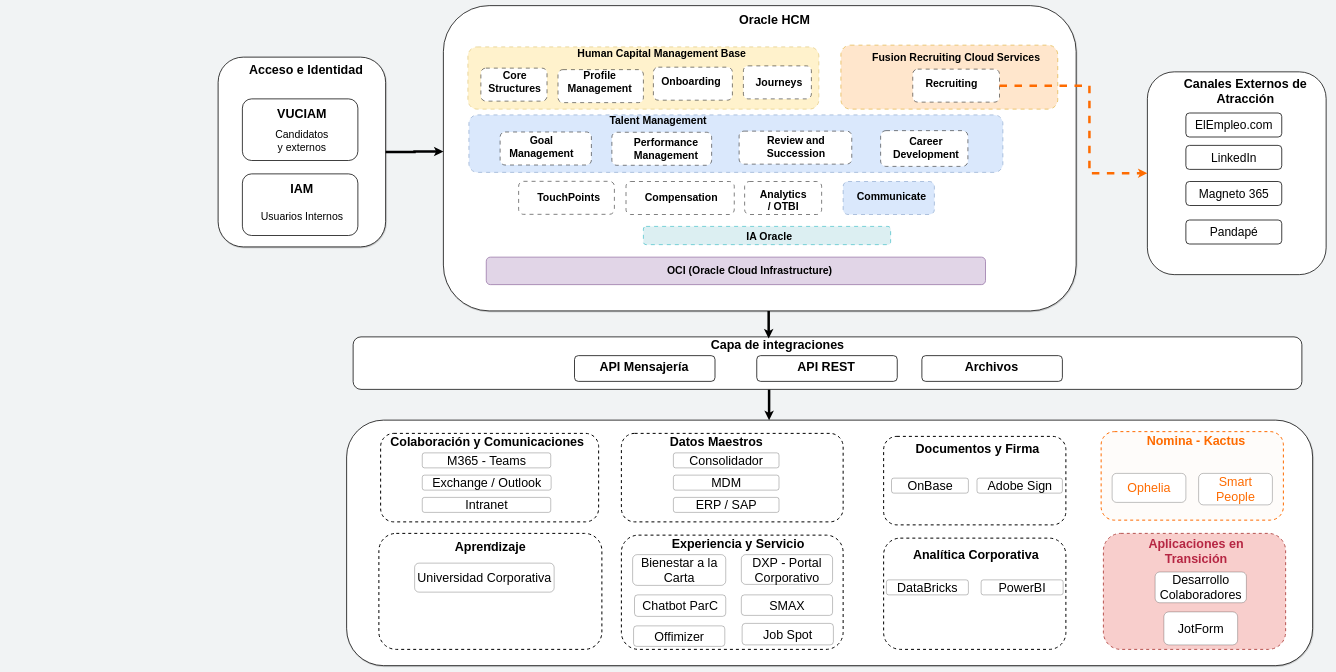
Earlier version of the draw.io diagram page "Page-2" (2 of 2) of HCM.drawio (carlosvalderrama1204/diagrams). Source tidied: cells renumbered, new cells numbered last; positions are measured from the earlier drawing's top-left corner, leaving out a move shared by most shapes. Both pictures are drawn from the tidied source at 25%, with x=0, y=0 at pixel (218, 6).
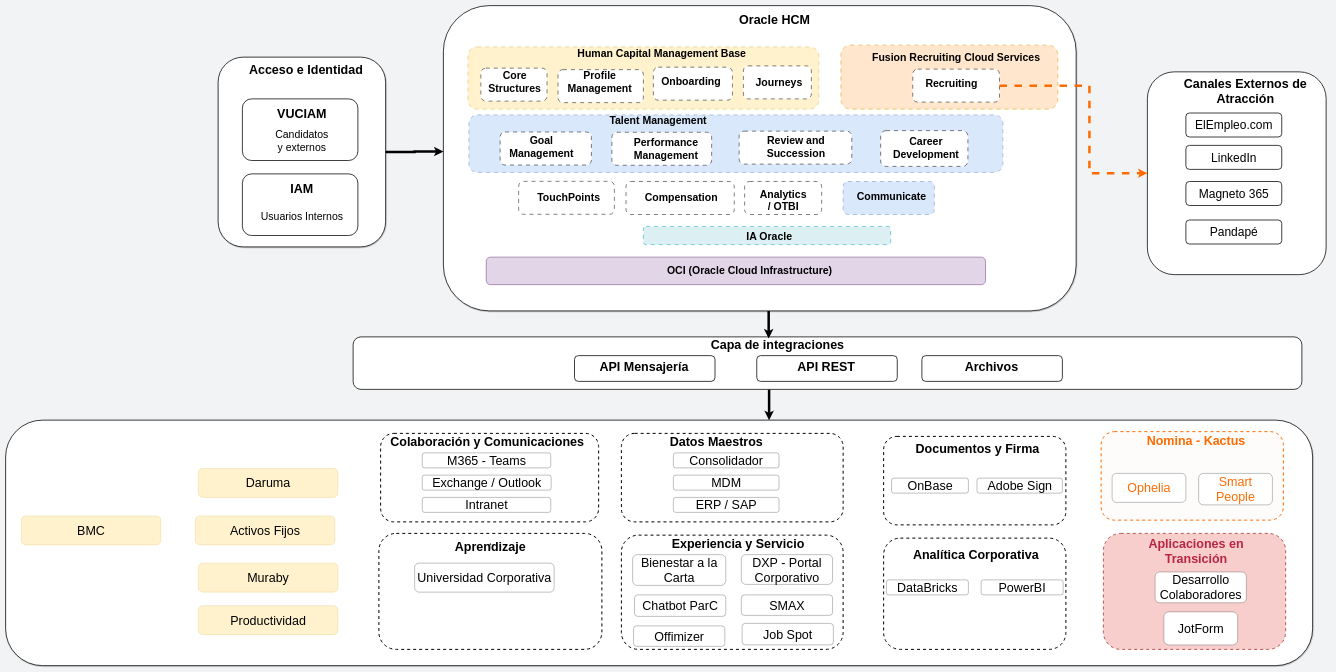
The same diagram, later.

The edit, as a diff of the source:
```diff
@@
     <mxCell id="54" style="rounded=1;whiteSpace=wrap;html=1;fontSize=50;strokeWidth=3;shadow=1;" parent="1" vertex="1">
-      <mxGeometry x="514" y="1658" width="3864" height="982" as="geometry" />
+      <mxGeometry x="-850" y="1658" width="5228" height="982" as="geometry" />
     </mxCell>
@@
+    <mxCell id="105" value="Daruma" style="rounded=1;whiteSpace=wrap;html=1;fontSize=50;fillColor=#fff2cc;strokeColor=#d6b656;" parent="1" vertex="1">
+      <mxGeometry x="-79" y="1851" width="558" height="116" as="geometry" />
+    </mxCell>
+    <mxCell id="106" value="Muraby" style="rounded=1;whiteSpace=wrap;html=1;fontSize=50;fillColor=#fff2cc;strokeColor=#d6b656;" parent="1" vertex="1">
+      <mxGeometry x="-79" y="2230" width="558" height="116" as="geometry" />
+    </mxCell>
+    <mxCell id="107" value="Productividad" style="rounded=1;whiteSpace=wrap;html=1;fontSize=50;fillColor=#fff2cc;strokeColor=#d6b656;" parent="1" vertex="1">
+      <mxGeometry x="-79" y="2400" width="558" height="116" as="geometry" />
+    </mxCell>
+    <mxCell id="108" value="Activos Fijos" style="rounded=1;whiteSpace=wrap;html=1;fontSize=50;fillColor=#fff2cc;strokeColor=#d6b656;" parent="1" vertex="1">
+      <mxGeometry x="-91" y="2041" width="558" height="116" as="geometry" />
+    </mxCell>
+    <mxCell id="109" value="BMC" style="rounded=1;whiteSpace=wrap;html=1;fontSize=50;fillColor=#fff2cc;strokeColor=#d6b656;" parent="1" vertex="1">
+      <mxGeometry x="-787" y="2041" width="558" height="116" as="geometry" />
+    </mxCell>
```
